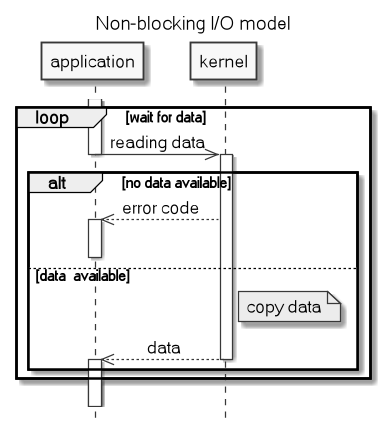
This is .images/non_blocking_IO_model.png from c0p4c4b4n4/demo-sockets-io-nio-nio2, a PlantUML export, as it was before one commit.
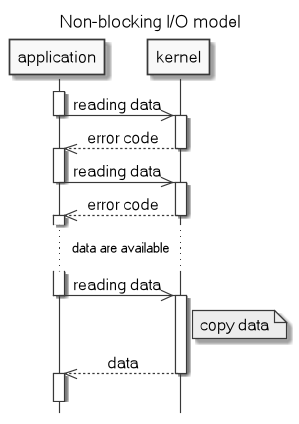
The same file after the commit.

What changed in the source:
```diff
@@ -5,21 +5,31 @@
 skinparam defaultFontName Microsoft Sans Serif
 skinparam titleFontSize 15
 skinparam sequenceMessageAlign center
+
 activate application
-loop wait for data
-    application->>kernel: reading data
-    deactivate application
-    activate kernel
-    alt no data available
-        kernel-->>application: error code
-        activate application
-        deactivate application
-    else data  available
-        Note right of kernel: copy data
-        kernel-->>application: data
-        deactivate kernel
-        activate application
-    end
-end
+application->>kernel: reading data
+deactivate application
+activate kernel
+kernel-->>application: error code
+deactivate kernel
+activate application
+
+application->>kernel: reading data
+deactivate application
+activate kernel
+kernel-->>application: error code
+deactivate kernel
+activate application
+
+... data are available ...
+
+application->>kernel: reading data
+deactivate application
+activate kernel
+Note right of kernel: copy data
+kernel-->>application: data
+deactivate kernel
+activate application
+
 ||15||
 @enduml
```
